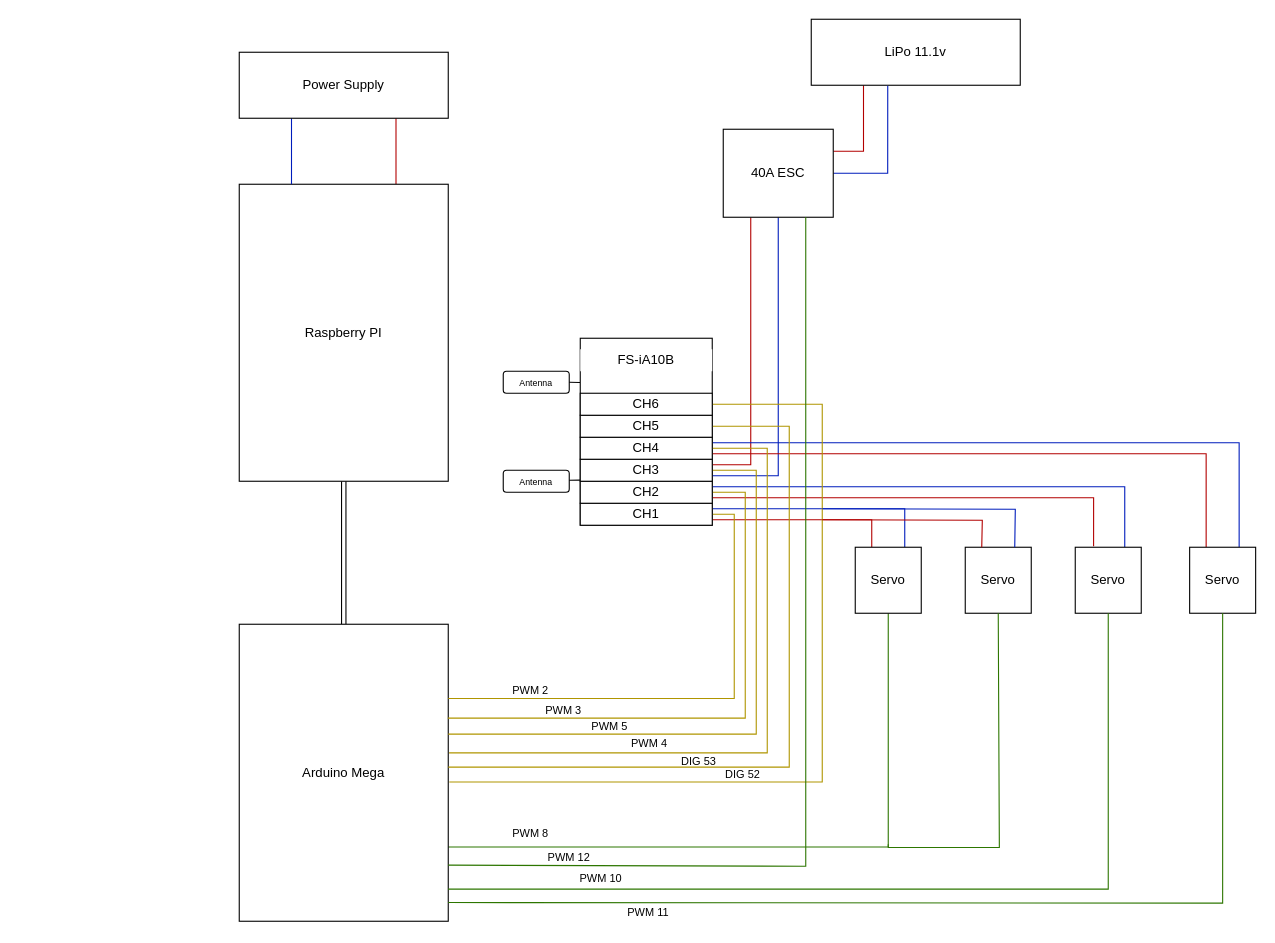
Above: resources/schematic.drawio in dev-jtemel/rc_plane (draw.io), before the change. Source tidied: cells renumbered, new cells numbered last; positions are measured from the earlier drawing's top-left corner, leaving out a move shared by most shapes. Both pictures are drawn from the tidied source at 110%, with x=0, y=0 at pixel (239, 19).
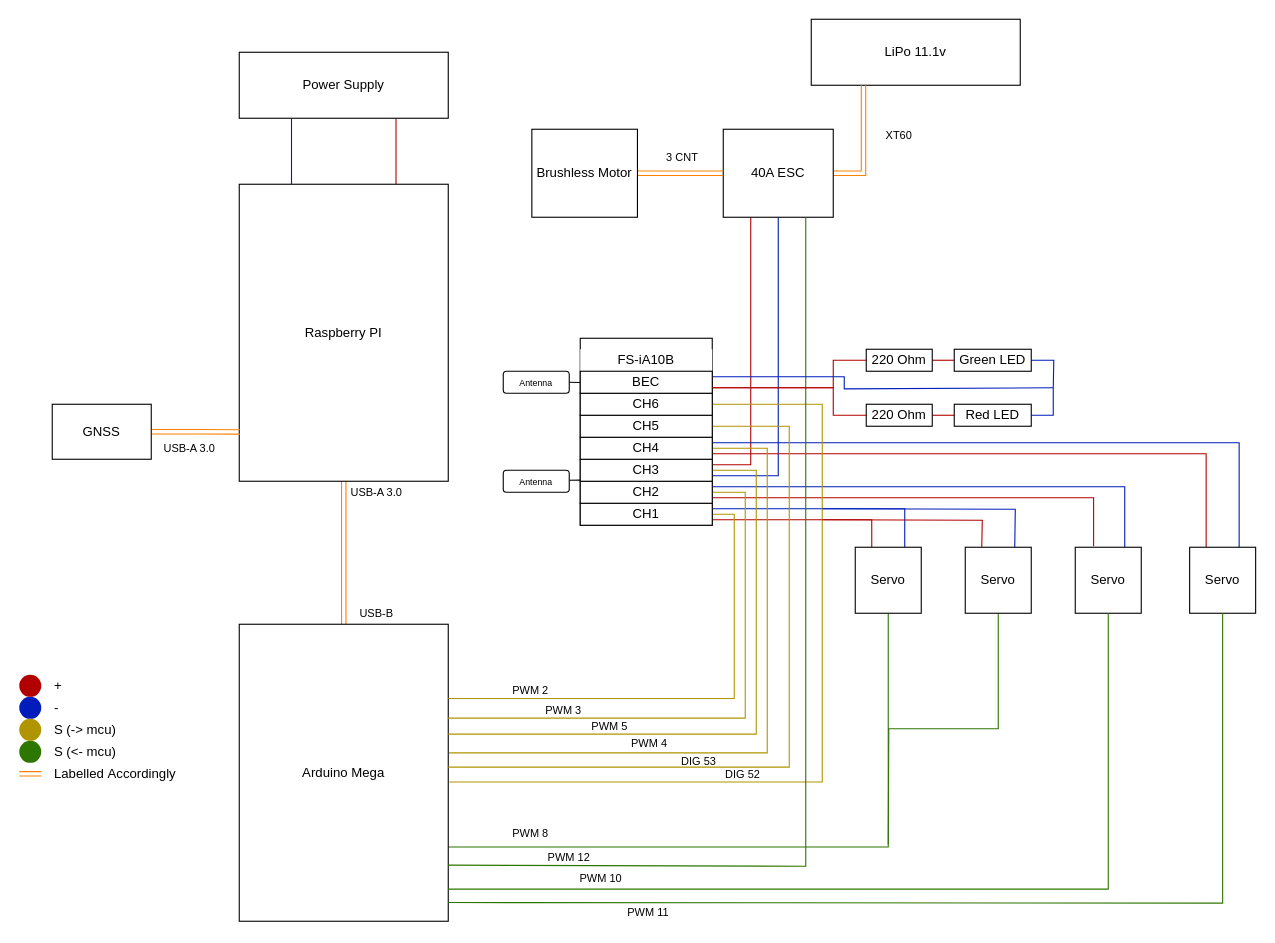
Above is the later version.

Unchanged cells that the change refers to:
```xml
<mxCell id="5" value="&lt;div&gt;Arduino Mega&lt;/div&gt;" style="rounded=0;whiteSpace=wrap;html=1;" parent="1" vertex="1">
  <mxGeometry y="550" width="190" height="270" as="geometry" />
</mxCell>
<mxCell id="11" value="&lt;div&gt;Raspberry PI&lt;/div&gt;" style="rounded=0;whiteSpace=wrap;html=1;" parent="1" vertex="1">
  <mxGeometry y="150" width="190" height="270" as="geometry" />
</mxCell>
<mxCell id="15" value="LiPo 11.1v" style="rounded=0;whiteSpace=wrap;html=1;" parent="1" vertex="1">
  <mxGeometry x="520" width="190" height="60" as="geometry" />
</mxCell>
<mxCell id="19" value="40A ESC" style="rounded=0;whiteSpace=wrap;html=1;" parent="1" vertex="1">
  <mxGeometry x="440" y="100" width="100" height="80" as="geometry" />
</mxCell>
<mxCell id="41" value="Servo" style="rounded=0;whiteSpace=wrap;html=1;" parent="1" vertex="1">
  <mxGeometry x="660" y="480" width="60" height="60" as="geometry" />
</mxCell>
```

Diff of the diagram source:
```diff
@@
-    <mxCell id="3" style="edgeStyle=orthogonalEdgeStyle;rounded=0;jettySize=auto;html=1;exitX=0.5;exitY=0;exitDx=0;exitDy=0;entryX=0.5;entryY=1;entryDx=0;entryDy=0;startArrow=classic;startFill=1;shape=link;" parent="1" edge="1" source="5" target="11">
+    <mxCell id="3" style="edgeStyle=orthogonalEdgeStyle;rounded=0;jettySize=auto;html=1;exitX=0.5;exitY=0;exitDx=0;exitDy=0;entryX=0.5;entryY=1;entryDx=0;entryDy=0;startArrow=classic;startFill=1;shape=link;strokeColor=#FF8000;" parent="1" edge="1" source="5" target="11">
       <mxGeometry relative="1" as="geometry" />
     </mxCell>
@@
-    <mxCell id="14" style="edgeStyle=orthogonalEdgeStyle;rounded=0;jettySize=auto;html=1;exitX=0.25;exitY=1;exitDx=0;exitDy=0;entryX=1;entryY=0.25;entryDx=0;entryDy=0;fillColor=#e51400;strokeColor=#B20000;endArrow=none;endFill=0;" parent="1" edge="1" source="15" target="19">
-      <mxGeometry relative="1" as="geometry" />
-    </mxCell>
@@
-    <mxCell id="16" style="edgeStyle=orthogonalEdgeStyle;rounded=0;jettySize=auto;html=1;exitX=1;exitY=0.5;exitDx=0;exitDy=0;entryX=0.366;entryY=1.006;entryDx=0;entryDy=0;entryPerimeter=0;endArrow=none;endFill=0;fillColor=#0050ef;strokeColor=#001DBC;" parent="1" edge="1" source="19" target="15">
-      <mxGeometry relative="1" as="geometry" />
-    </mxCell>
@@
+    <mxCell id="16" style="edgeStyle=orthogonalEdgeStyle;rounded=0;jettySize=auto;html=1;exitX=1;exitY=0.5;exitDx=0;exitDy=0;entryX=0.25;entryY=1;entryDx=0;entryDy=0;shape=link;strokeColor=#FF8000;" parent="1" edge="1" source="19" target="15">
+      <mxGeometry relative="1" as="geometry" />
+    </mxCell>
@@
+    <mxCell id="59" style="edgeStyle=orthogonalEdgeStyle;rounded=0;jettySize=auto;html=1;exitX=0.5;exitY=1;exitDx=0;exitDy=0;strokeColor=#2D7600;endArrow=none;endFill=0;" parent="1" edge="1" source="41">
+      <mxGeometry relative="1" as="geometry">
+        <mxPoint x="590" y="750" as="targetPoint" />
+      </mxGeometry>
+    </mxCell>
@@
-    <mxCell id="48" style="edgeStyle=orthogonalEdgeStyle;rounded=0;orthogonalLoop=1;jettySize=auto;html=1;entryX=0.5;entryY=1;entryDx=0;entryDy=0;fillColor=#60a917;strokeColor=#2D7600;endArrow=none;endFill=0;" parent="1" edge="1">
-      <mxGeometry relative="1" as="geometry">
-        <mxPoint x="590" y="750" as="sourcePoint" />
-        <mxPoint x="690" y="540" as="targetPoint" />
-        <Array as="points">
-          <mxPoint x="590" y="753" />
-          <mxPoint x="691" y="753" />
-          <mxPoint x="691" y="540" />
-        </Array>
-      </mxGeometry>
-    </mxCell>
@@
+    <mxCell id="60" value="USB-B" style="text;html=1;strokeColor=none;fillColor=none;align=center;verticalAlign=middle;whiteSpace=wrap;rounded=0;fontSize=10;" parent="1" vertex="1">
+      <mxGeometry x="100" y="530" width="50" height="20" as="geometry" />
+    </mxCell>
+    <mxCell id="61" value="USB-A 3.0" style="text;html=1;strokeColor=none;fillColor=none;align=center;verticalAlign=middle;whiteSpace=wrap;rounded=0;fontSize=10;" parent="1" vertex="1">
+      <mxGeometry x="100" y="420" width="50" height="20" as="geometry" />
+    </mxCell>
+    <mxCell id="62" value="USB-A 3.0" style="text;html=1;strokeColor=none;fillColor=none;align=center;verticalAlign=middle;whiteSpace=wrap;rounded=0;fontSize=10;" parent="1" vertex="1">
+      <mxGeometry x="-70" y="380" width="50" height="20" as="geometry" />
+    </mxCell>
+    <mxCell id="63" style="edgeStyle=orthogonalEdgeStyle;rounded=0;jettySize=auto;html=1;entryX=0.004;entryY=0.834;entryDx=0;entryDy=0;entryPerimeter=0;shape=link;strokeColor=#FF8000;" parent="1" edge="1" source="64" target="11">
+      <mxGeometry relative="1" as="geometry" />
+    </mxCell>
+    <mxCell id="64" value="&lt;div&gt;GNSS&lt;/div&gt;" style="rounded=0;whiteSpace=wrap;html=1;" parent="1" vertex="1">
+      <mxGeometry x="-170" y="350" width="90" height="50" as="geometry" />
+    </mxCell>
+    <mxCell id="65" style="ellipse;whiteSpace=wrap;html=1;fillColor=#B20000;strokeColor=none;" parent="1" vertex="1">
+      <mxGeometry x="-200" y="596" width="20" height="20" as="geometry" />
+    </mxCell>
+    <mxCell id="66" value="+" style="text;html=1;strokeColor=none;fillColor=none;align=left;verticalAlign=middle;whiteSpace=wrap;rounded=0;" parent="1" vertex="1">
+      <mxGeometry x="-170" y="596" width="60" height="20" as="geometry" />
+    </mxCell>
+    <mxCell id="67" style="ellipse;whiteSpace=wrap;html=1;fillColor=#001DBC;strokeColor=none;" parent="1" vertex="1">
+      <mxGeometry x="-200" y="616" width="20" height="20" as="geometry" />
+    </mxCell>
+    <mxCell id="68" value="-" style="text;html=1;strokeColor=none;fillColor=none;align=left;verticalAlign=middle;whiteSpace=wrap;rounded=0;" parent="1" vertex="1">
+      <mxGeometry x="-170" y="616" width="60" height="20" as="geometry" />
+    </mxCell>
+    <mxCell id="69" value="S (-&amp;gt; mcu)" style="text;html=1;strokeColor=none;fillColor=none;align=left;verticalAlign=middle;whiteSpace=wrap;rounded=0;" parent="1" vertex="1">
+      <mxGeometry x="-170" y="636" width="60" height="20" as="geometry" />
+    </mxCell>
+    <mxCell id="70" style="ellipse;whiteSpace=wrap;html=1;fillColor=#B09500;strokeColor=none;" parent="1" vertex="1">
+      <mxGeometry x="-200" y="636" width="20" height="20" as="geometry" />
+    </mxCell>
+    <mxCell id="71" style="ellipse;whiteSpace=wrap;html=1;fillColor=#2D7600;strokeColor=none;" parent="1" vertex="1">
+      <mxGeometry x="-200" y="656" width="20" height="20" as="geometry" />
+    </mxCell>
+    <mxCell id="72" value="S (&amp;lt;- mcu)" style="text;html=1;strokeColor=none;fillColor=none;align=left;verticalAlign=middle;whiteSpace=wrap;rounded=0;" parent="1" vertex="1">
+      <mxGeometry x="-170" y="656" width="60" height="20" as="geometry" />
+    </mxCell>
+    <mxCell id="73" value="XT60" style="text;html=1;strokeColor=none;fillColor=none;align=center;verticalAlign=middle;whiteSpace=wrap;rounded=0;fontSize=10;" parent="1" vertex="1">
+      <mxGeometry x="570" y="90" width="60" height="30" as="geometry" />
+    </mxCell>
+    <mxCell id="74" style="edgeStyle=orthogonalEdgeStyle;rounded=0;jettySize=auto;html=1;shape=link;strokeColor=#FF8000;" parent="1" edge="1" source="75" target="19">
+      <mxGeometry relative="1" as="geometry">
+        <Array as="points">
+          <mxPoint x="430" y="140" />
+          <mxPoint x="430" y="140" />
+        </Array>
+      </mxGeometry>
+    </mxCell>
+    <mxCell id="75" value="Brushless Motor" style="rounded=0;whiteSpace=wrap;html=1;" parent="1" vertex="1">
+      <mxGeometry x="266" y="100" width="96" height="80" as="geometry" />
+    </mxCell>
+    <mxCell id="76" value="3 CNT" style="text;html=1;strokeColor=none;fillColor=none;align=center;verticalAlign=middle;whiteSpace=wrap;rounded=0;fontSize=10;" parent="1" vertex="1">
+      <mxGeometry x="373" y="110" width="60" height="30" as="geometry" />
+    </mxCell>
+    <mxCell id="77" style="endArrow=none;html=1;rounded=0;shape=link;strokeColor=#FF8000;" parent="1" edge="1">
+      <mxGeometry relative="1" as="geometry">
+        <mxPoint x="-200" y="686" as="sourcePoint" />
+        <mxPoint x="-180" y="686" as="targetPoint" />
+      </mxGeometry>
+    </mxCell>
+    <mxCell id="78" value="Labelled&amp;nbsp;Accordingly" style="text;html=1;strokeColor=none;fillColor=none;align=left;verticalAlign=middle;whiteSpace=wrap;rounded=0;" parent="1" vertex="1">
+      <mxGeometry x="-170" y="676" width="160" height="20" as="geometry" />
+    </mxCell>
+    <mxCell id="79" style="edgeStyle=orthogonalEdgeStyle;rounded=0;jettySize=auto;html=1;exitX=1;exitY=0.75;exitDx=0;exitDy=0;entryX=0;entryY=0.5;entryDx=0;entryDy=0;endArrow=none;endFill=0;strokeColor=#B20000;" parent="1" edge="1" source="81" target="83">
+      <mxGeometry relative="1" as="geometry">
+        <Array as="points">
+          <mxPoint x="540" y="335" />
+          <mxPoint x="540" y="310" />
+        </Array>
+      </mxGeometry>
+    </mxCell>
+    <mxCell id="80" style="edgeStyle=orthogonalEdgeStyle;rounded=0;jettySize=auto;html=1;exitX=1;exitY=0.25;exitDx=0;exitDy=0;endArrow=none;endFill=0;strokeColor=#001DBC;" parent="1" edge="1" source="81">
+      <mxGeometry relative="1" as="geometry">
+        <mxPoint x="740" y="335" as="targetPoint" />
+        <Array as="points">
+          <mxPoint x="550" y="325" />
+          <mxPoint x="550" y="336" />
+          <mxPoint x="740" y="336" />
+        </Array>
+      </mxGeometry>
+    </mxCell>
+    <mxCell id="81" value="BEC" style="rounded=0;whiteSpace=wrap;html=1;" parent="1" vertex="1">
+      <mxGeometry x="310" y="320" width="120" height="20" as="geometry" />
+    </mxCell>
+    <mxCell id="82" style="edgeStyle=orthogonalEdgeStyle;rounded=0;jettySize=auto;html=1;exitX=1;exitY=0.5;exitDx=0;exitDy=0;entryX=0;entryY=0.5;entryDx=0;entryDy=0;endArrow=none;endFill=0;strokeColor=#B20000;" parent="1" edge="1" source="83" target="88">
+      <mxGeometry relative="1" as="geometry" />
+    </mxCell>
+    <mxCell id="83" value="220 Ohm" style="rounded=0;whiteSpace=wrap;html=1;" parent="1" vertex="1">
+      <mxGeometry x="570" y="300" width="60" height="20" as="geometry" />
+    </mxCell>
+    <mxCell id="84" style="edgeStyle=orthogonalEdgeStyle;rounded=0;jettySize=auto;html=1;exitX=0;exitY=0.5;exitDx=0;exitDy=0;entryX=1;entryY=0.75;entryDx=0;entryDy=0;endArrow=none;endFill=0;strokeColor=#B20000;" parent="1" edge="1" source="86" target="81">
+      <mxGeometry relative="1" as="geometry">
+        <Array as="points">
+          <mxPoint x="620" y="360" />
+          <mxPoint x="540" y="360" />
+          <mxPoint x="540" y="335" />
+        </Array>
+      </mxGeometry>
+    </mxCell>
+    <mxCell id="85" style="edgeStyle=orthogonalEdgeStyle;rounded=0;jettySize=auto;html=1;exitX=1;exitY=0.5;exitDx=0;exitDy=0;entryX=0;entryY=0.5;entryDx=0;entryDy=0;endArrow=none;endFill=0;strokeColor=#B20000;" parent="1" edge="1" source="86" target="90">
+      <mxGeometry relative="1" as="geometry" />
+    </mxCell>
+    <mxCell id="86" value="220 Ohm" style="rounded=0;whiteSpace=wrap;html=1;" parent="1" vertex="1">
+      <mxGeometry x="570" y="350" width="60" height="20" as="geometry" />
+    </mxCell>
+    <mxCell id="87" style="edgeStyle=orthogonalEdgeStyle;rounded=0;jettySize=auto;html=1;endArrow=none;endFill=0;strokeColor=#001DBC;" parent="1" edge="1" source="88">
+      <mxGeometry relative="1" as="geometry">
+        <mxPoint x="740" y="335" as="targetPoint" />
+      </mxGeometry>
+    </mxCell>
+    <mxCell id="88" value="Green LED" style="rounded=0;whiteSpace=wrap;html=1;" parent="1" vertex="1">
+      <mxGeometry x="650" y="300" width="70" height="20" as="geometry" />
+    </mxCell>
+    <mxCell id="89" style="edgeStyle=orthogonalEdgeStyle;rounded=0;jettySize=auto;html=1;exitX=1;exitY=0.5;exitDx=0;exitDy=0;endArrow=none;endFill=0;strokeColor=#001DBC;" parent="1" edge="1" source="90">
+      <mxGeometry relative="1" as="geometry">
+        <mxPoint x="740" y="335" as="targetPoint" />
+      </mxGeometry>
+    </mxCell>
+    <mxCell id="90" value="Red LED" style="rounded=0;whiteSpace=wrap;html=1;" parent="1" vertex="1">
+      <mxGeometry x="650" y="350" width="70" height="20" as="geometry" />
+    </mxCell>
```
